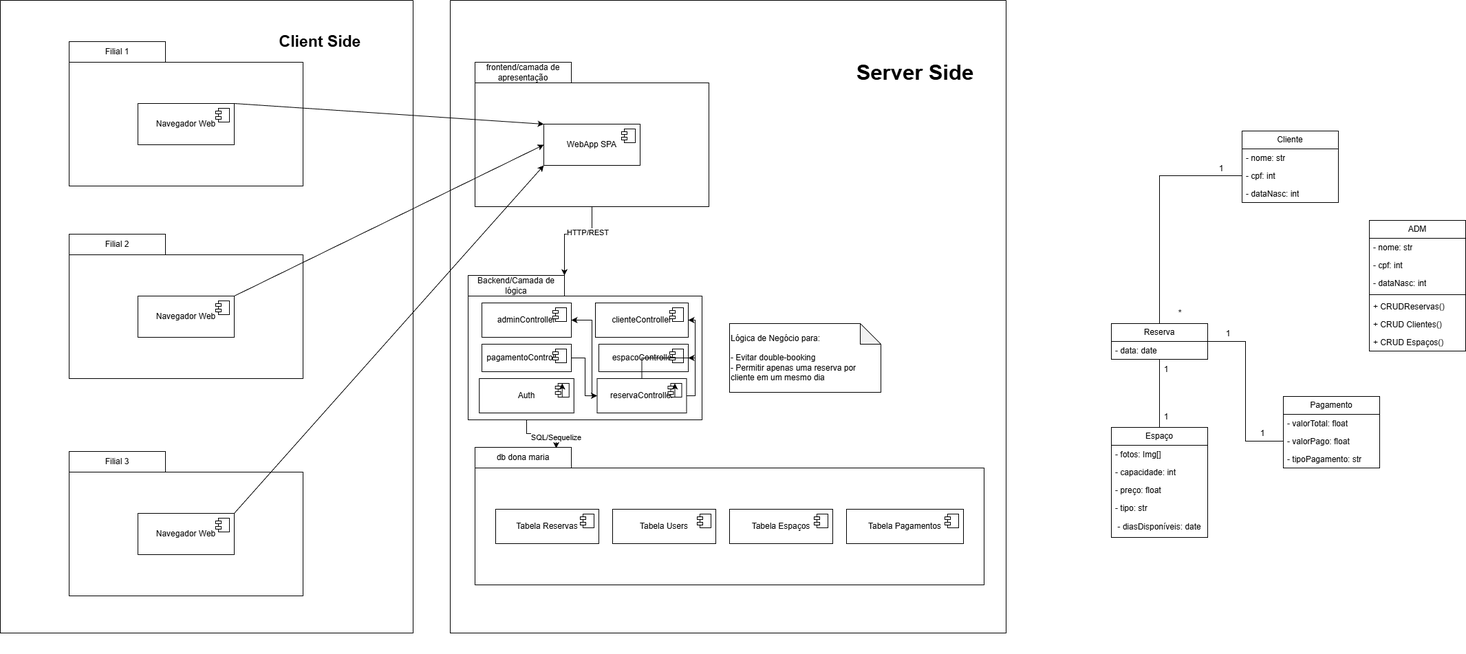
Earlier version of the draw.io export uml/diagramas.png (EduardoFariaKruger/trabalho-design-de-software). Source tidied: cells renumbered, new cells last; positions are measured from the earlier drawing's top-left corner, leaving out a move shared by most shapes.
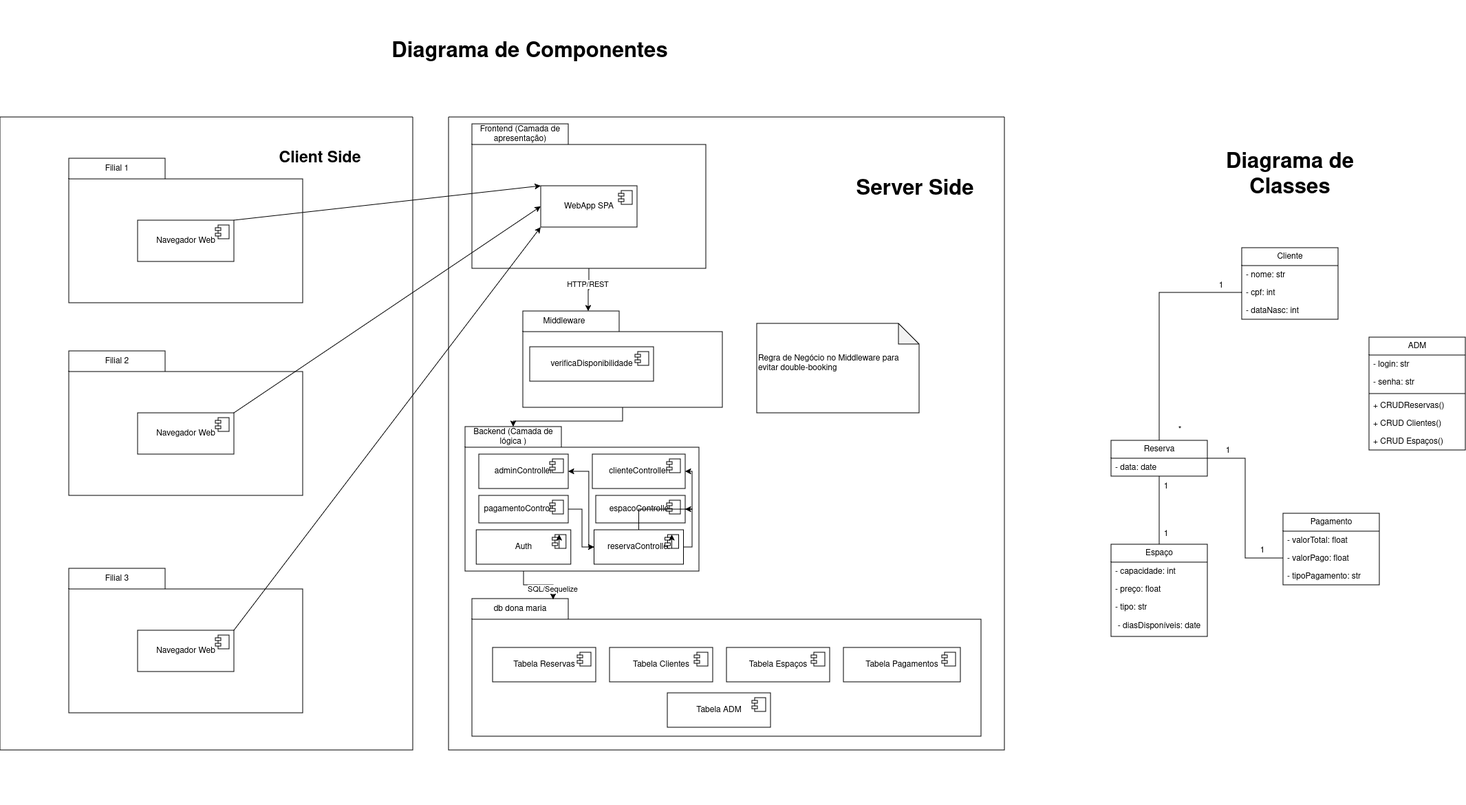
The same file after the commit.

Change to the diagram source:
```diff
@@ -3,7 +3,7 @@
     <mxCell id="0" />
     <mxCell id="1" parent="0" />
     <mxCell id="2" style="group;" parent="1" vertex="1">
-      <mxGeometry x="690" y="650" width="740" height="300" as="geometry" />
+      <mxGeometry x="686" y="700" width="774" height="300" as="geometry" />
     </mxCell>
     <mxCell id="3" style="shape=folder;fontStyle=1;spacingTop=10;tabWidth=140;tabHeight=30;tabPosition=left;html=1;whiteSpace=wrap;" parent="2" vertex="1">
       <mxGeometry width="740" height="200" as="geometry" />
@@ -11,8 +11,8 @@
     <mxCell id="4" value="db dona maria" style="text;html=1;whiteSpace=wrap;strokeColor=none;fillColor=none;align=center;verticalAlign=middle;rounded=0;" parent="2" vertex="1">
       <mxGeometry width="140" height="30" as="geometry" />
     </mxCell>
-    <mxCell id="5" value="Tabela Users" style="html=1;whiteSpace=wrap;" parent="2" vertex="1">
-      <mxGeometry x="200" y="90" width="150" height="50" as="geometry" />
+    <mxCell id="5" value="Tabela Clientes" style="html=1;whiteSpace=wrap;" parent="2" vertex="1">
+      <mxGeometry x="200" y="71" width="150" height="50" as="geometry" />
     </mxCell>
     <mxCell id="6" style="shape=module;jettyWidth=8;jettyHeight=4;" parent="5" vertex="1">
       <mxGeometry x="1" width="20" height="20" relative="1" as="geometry">
@@ -20,7 +20,7 @@
       </mxGeometry>
     </mxCell>
     <mxCell id="7" value="Tabela Reservas" style="html=1;whiteSpace=wrap;" parent="2" vertex="1">
-      <mxGeometry x="30" y="90" width="150" height="50" as="geometry" />
+      <mxGeometry x="30" y="71" width="150" height="50" as="geometry" />
     </mxCell>
     <mxCell id="8" style="shape=module;jettyWidth=8;jettyHeight=4;" parent="7" vertex="1">
       <mxGeometry x="1" width="20" height="20" relative="1" as="geometry">
@@ -28,7 +28,7 @@
       </mxGeometry>
     </mxCell>
     <mxCell id="9" value="Tabela Espaços" style="html=1;whiteSpace=wrap;" parent="2" vertex="1">
-      <mxGeometry x="370" y="90" width="150" height="50" as="geometry" />
+      <mxGeometry x="370" y="71" width="150" height="50" as="geometry" />
     </mxCell>
     <mxCell id="10" style="shape=module;jettyWidth=8;jettyHeight=4;" parent="9" vertex="1">
       <mxGeometry x="1" width="20" height="20" relative="1" as="geometry">
@@ -36,20 +36,48 @@
       </mxGeometry>
     </mxCell>
     <mxCell id="11" value="Tabela Pagamentos" style="html=1;whiteSpace=wrap;" parent="2" vertex="1">
-      <mxGeometry x="540" y="90" width="170" height="50" as="geometry" />
+      <mxGeometry x="540" y="71" width="170" height="50" as="geometry" />
     </mxCell>
     <mxCell id="12" style="shape=module;jettyWidth=8;jettyHeight=4;" parent="11" vertex="1">
       <mxGeometry x="1" width="20" height="20" relative="1" as="geometry">
         <mxPoint x="-27" y="7" as="offset" />
       </mxGeometry>
     </mxCell>
+    <mxCell id="96" style="swimlane;startSize=0;fontSize=12;" parent="2" vertex="1">
+      <mxGeometry x="-34" y="-700" width="808" height="920" as="geometry" />
+    </mxCell>
+    <mxCell id="34" value="Regra de Negócio no Middleware para evitar double-booking&lt;div&gt;&lt;br&gt;&lt;/div&gt;" style="shape=note;whiteSpace=wrap;html=1;backgroundOutline=1;darkOpacity=0.05;align=left;" parent="96" vertex="1">
+      <mxGeometry x="448" y="300" width="236" height="130" as="geometry" />
+    </mxCell>
+    <mxCell id="99" style="shape=folder;fontStyle=1;spacingTop=10;tabWidth=140;tabHeight=30;tabPosition=left;html=1;whiteSpace=wrap;" parent="96" vertex="1">
+      <mxGeometry x="108" y="282" width="290" height="140" as="geometry" />
+    </mxCell>
+    <mxCell id="100" value="verificaDisponibilidade" style="html=1;whiteSpace=wrap;" parent="96" vertex="1">
+      <mxGeometry x="118" y="334" width="180" height="50" as="geometry" />
+    </mxCell>
+    <mxCell id="101" style="shape=module;jettyWidth=8;jettyHeight=4;" parent="100" vertex="1">
+      <mxGeometry x="1" width="20" height="20" relative="1" as="geometry">
+        <mxPoint x="-27" y="7" as="offset" />
+      </mxGeometry>
+    </mxCell>
+    <mxCell id="102" value="Middleware" style="text;html=1;whiteSpace=wrap;strokeColor=none;fillColor=none;align=center;verticalAlign=middle;rounded=0;" parent="96" vertex="1">
+      <mxGeometry x="98" y="282" width="140" height="30" as="geometry" />
+    </mxCell>
+    <mxCell id="103" value="Tabela ADM" style="html=1;whiteSpace=wrap;" parent="2" vertex="1">
+      <mxGeometry x="284" y="137" width="150" height="50" as="geometry" />
+    </mxCell>
+    <mxCell id="104" style="shape=module;jettyWidth=8;jettyHeight=4;" parent="103" vertex="1">
+      <mxGeometry x="1" width="20" height="20" relative="1" as="geometry">
+        <mxPoint x="-27" y="7" as="offset" />
+      </mxGeometry>
+    </mxCell>
     <mxCell id="13" style="group;" parent="1" vertex="1">
-      <mxGeometry x="680" y="400" width="340" height="210" as="geometry" />
+      <mxGeometry x="676" y="450" width="340" height="210" as="geometry" />
     </mxCell>
     <mxCell id="14" style="shape=folder;fontStyle=1;spacingTop=10;tabWidth=140;tabHeight=30;tabPosition=left;html=1;whiteSpace=wrap;" parent="13" vertex="1">
       <mxGeometry width="340" height="210" as="geometry" />
     </mxCell>
-    <mxCell id="15" value="Backend/Camada de lógica" style="text;html=1;whiteSpace=wrap;strokeColor=none;fillColor=none;align=center;verticalAlign=middle;rounded=0;" parent="13" vertex="1">
+    <mxCell id="15" value="Backend (Camada de lógica )" style="text;html=1;whiteSpace=wrap;strokeColor=none;fillColor=none;align=center;verticalAlign=middle;rounded=0;" parent="13" vertex="1">
       <mxGeometry width="140" height="30" as="geometry" />
     </mxCell>
     <mxCell id="16" value="adminController" style="html=1;whiteSpace=wrap;" parent="13" vertex="1">
@@ -139,20 +167,6 @@
     <mxCell id="33" style="edgeStyle=orthogonalEdgeStyle;rounded=0;orthogonalLoop=1;jettySize=auto;html=1;exitX=0.5;exitY=1;exitDx=0;exitDy=0;entryX=0.5;entryY=0;entryDx=0;entryDy=0;" parent="31" edge="1" source="32" target="32">
       <mxGeometry relative="1" as="geometry" />
     </mxCell>
-    <mxCell id="34" value="Lógica de Negócio para:&lt;div&gt;&lt;br&gt;&lt;div&gt;- Evitar double-booking&lt;/div&gt;&lt;div&gt;- Permitir apenas uma reserva por cliente em um mesmo dia&lt;/div&gt;&lt;/div&gt;" style="shape=note;whiteSpace=wrap;html=1;backgroundOutline=1;darkOpacity=0.05;align=left;" parent="1" vertex="1">
-      <mxGeometry x="1060" y="470" width="220" height="100" as="geometry" />
-    </mxCell>
-    <mxCell id="35" style="edgeStyle=orthogonalEdgeStyle;rounded=0;jettySize=auto;html=1;exitX=0.5;exitY=1;exitDx=0;exitDy=0;exitPerimeter=0;entryX=1;entryY=0;entryDx=0;entryDy=0;" parent="1" edge="1" source="65" target="15">
-      <mxGeometry relative="1" as="geometry">
-        <Array as="points">
-          <mxPoint x="860" y="340" />
-          <mxPoint x="820" y="340" />
-        </Array>
-      </mxGeometry>
-    </mxCell>
-    <mxCell id="36" value="HTTP/REST" style="edgeLabel;html=1;align=center;verticalAlign=middle;" parent="35" vertex="1">
-      <mxGeometry x="-0.31" y="-3" relative="1" as="geometry" />
-    </mxCell>
     <mxCell id="37" value="Cliente" style="swimlane;fontStyle=0;horizontal=1;startSize=26;whiteSpace=wrap;html=1;" parent="1" vertex="1">
       <mxGeometry x="1805" y="190" width="140" height="104" as="geometry" />
     </mxCell>
@@ -178,22 +192,19 @@
       <mxGeometry y="26" width="140" height="26" as="geometry" />
     </mxCell>
     <mxCell id="45" value="Espaço" style="swimlane;fontStyle=0;horizontal=1;startSize=26;whiteSpace=wrap;html=1;" parent="1" vertex="1">
-      <mxGeometry x="1615" y="621" width="140" height="160" as="geometry" />
+      <mxGeometry x="1615" y="621" width="140" height="134" as="geometry" />
     </mxCell>
-    <mxCell id="46" value="- fotos: Img[]" style="text;align=left;verticalAlign=top;spacingLeft=4;spacingRight=4;overflow=hidden;whiteSpace=wrap;html=1;" parent="45" vertex="1">
-      <mxGeometry y="26" width="140" height="26" as="geometry" />
-    </mxCell>
     <mxCell id="47" value="- capacidade: int" style="text;align=left;verticalAlign=top;spacingLeft=4;spacingRight=4;overflow=hidden;whiteSpace=wrap;html=1;" parent="45" vertex="1">
-      <mxGeometry y="52" width="140" height="26" as="geometry" />
+      <mxGeometry y="26" width="140" height="26" as="geometry" />
     </mxCell>
     <mxCell id="48" value="- preço: float" style="text;align=left;verticalAlign=top;spacingLeft=4;spacingRight=4;overflow=hidden;whiteSpace=wrap;html=1;" parent="45" vertex="1">
-      <mxGeometry y="78" width="140" height="26" as="geometry" />
+      <mxGeometry y="52" width="140" height="26" as="geometry" />
     </mxCell>
     <mxCell id="49" value="- tipo: str" style="text;align=left;verticalAlign=top;spacingLeft=4;spacingRight=4;overflow=hidden;whiteSpace=wrap;html=1;" parent="45" vertex="1">
-      <mxGeometry y="104" width="140" height="26" as="geometry" />
+      <mxGeometry y="78" width="140" height="26" as="geometry" />
     </mxCell>
     <mxCell id="50" value="- diasDisponíveis: date" style="text;html=1;whiteSpace=wrap;align=center;verticalAlign=middle;rounded=0;" parent="45" vertex="1">
-      <mxGeometry y="130" width="140" height="30" as="geometry" />
+      <mxGeometry y="104" width="140" height="30" as="geometry" />
     </mxCell>
     <mxCell id="51" value="1" style="text;html=1;whiteSpace=wrap;align=center;verticalAlign=middle;rounded=0;" parent="1" vertex="1">
       <mxGeometry x="1665" y="522" width="60" height="30" as="geometry" />
@@ -235,12 +246,12 @@
       <mxGeometry x="0.63" y="-1" relative="1" as="geometry" />
     </mxCell>
     <mxCell id="64" style="group;" parent="1" vertex="1">
-      <mxGeometry x="690" y="90" width="340" height="210" as="geometry" />
+      <mxGeometry x="686" y="10" width="340" height="210" as="geometry" />
     </mxCell>
     <mxCell id="65" style="shape=folder;fontStyle=1;spacingTop=10;tabWidth=140;tabHeight=30;tabPosition=left;html=1;whiteSpace=wrap;" parent="64" vertex="1">
       <mxGeometry width="340" height="210" as="geometry" />
     </mxCell>
-    <mxCell id="66" value="frontend/camada de apresentação" style="text;html=1;whiteSpace=wrap;strokeColor=none;fillColor=none;align=center;verticalAlign=middle;rounded=0;" parent="64" vertex="1">
+    <mxCell id="66" value="Frontend (Camada de apresentação)" style="text;html=1;whiteSpace=wrap;strokeColor=none;fillColor=none;align=center;verticalAlign=middle;rounded=0;" parent="64" vertex="1">
       <mxGeometry width="140" height="30" as="geometry" />
     </mxCell>
     <mxCell id="67" value="WebApp SPA" style="html=1;whiteSpace=wrap;" parent="64" vertex="1">
@@ -315,37 +326,46 @@
       <mxGeometry relative="1" as="geometry" />
     </mxCell>
     <mxCell id="88" value="ADM" style="swimlane;fontStyle=0;horizontal=1;startSize=26;whiteSpace=wrap;html=1;" parent="1" vertex="1">
-      <mxGeometry x="1990" y="320" width="140" height="190" as="geometry" />
+      <mxGeometry x="1990" y="320" width="140" height="164" as="geometry" />
     </mxCell>
-    <mxCell id="89" value="- nome: str" style="text;align=left;verticalAlign=top;spacingLeft=4;spacingRight=4;overflow=hidden;whiteSpace=wrap;html=1;" parent="88" vertex="1">
-      <mxGeometry y="26" width="140" height="26" as="geometry" />
-    </mxCell>
-    <mxCell id="90" value="- cpf: int" style="text;align=left;verticalAlign=top;spacingLeft=4;spacingRight=4;overflow=hidden;whiteSpace=wrap;html=1;" parent="88" vertex="1">
-      <mxGeometry y="52" width="140" height="26" as="geometry" />
+    <mxCell id="90" value="- login: str" style="text;align=left;verticalAlign=top;spacingLeft=4;spacingRight=4;overflow=hidden;whiteSpace=wrap;html=1;" parent="88" vertex="1">
+      <mxGeometry y="26" width="140" height="26" as="geometry" />
     </mxCell>
-    <mxCell id="91" value="- dataNasc: int" style="text;align=left;verticalAlign=top;spacingLeft=4;spacingRight=4;overflow=hidden;whiteSpace=wrap;html=1;" parent="88" vertex="1">
-      <mxGeometry y="78" width="140" height="26" as="geometry" />
+    <mxCell id="91" value="- senha: str" style="text;align=left;verticalAlign=top;spacingLeft=4;spacingRight=4;overflow=hidden;whiteSpace=wrap;html=1;" parent="88" vertex="1">
+      <mxGeometry y="52" width="140" height="26" as="geometry" />
     </mxCell>
     <mxCell id="92" style="line;strokeWidth=1;align=left;verticalAlign=middle;spacingTop=-1;spacingLeft=3;spacingRight=3;labelPosition=right;" parent="88" vertex="1">
-      <mxGeometry y="104" width="140" height="8" as="geometry" />
+      <mxGeometry y="78" width="140" height="8" as="geometry" />
     </mxCell>
     <mxCell id="93" value="&lt;div&gt;+ CRUDReservas()&lt;/div&gt;" style="text;align=left;verticalAlign=top;spacingLeft=4;spacingRight=4;overflow=hidden;whiteSpace=wrap;html=1;" parent="88" vertex="1">
-      <mxGeometry y="112" width="140" height="26" as="geometry" />
+      <mxGeometry y="86" width="140" height="26" as="geometry" />
     </mxCell>
     <mxCell id="94" value="+ CRUD Clientes()" style="text;align=left;verticalAlign=top;spacingLeft=4;spacingRight=4;overflow=hidden;whiteSpace=wrap;html=1;" parent="88" vertex="1">
-      <mxGeometry y="138" width="140" height="26" as="geometry" />
+      <mxGeometry y="112" width="140" height="26" as="geometry" />
     </mxCell>
     <mxCell id="95" value="+ CRUD Espaços()" style="text;align=left;verticalAlign=top;spacingLeft=4;spacingRight=4;overflow=hidden;whiteSpace=wrap;html=1;" parent="88" vertex="1">
-      <mxGeometry y="164" width="140" height="26" as="geometry" />
+      <mxGeometry y="138" width="140" height="26" as="geometry" />
     </mxCell>
-    <mxCell id="96" style="swimlane;startSize=0;fontSize=12;" parent="1" vertex="1">
-      <mxGeometry x="654" width="808" height="920" as="geometry" />
-    </mxCell>
     <mxCell id="97" style="swimlane;startSize=0;fontSize=12;" parent="1" vertex="1">
       <mxGeometry width="600" height="920" as="geometry" />
     </mxCell>
     <mxCell id="98" value="Client Side" style="text;html=1;whiteSpace=wrap;strokeColor=none;fillColor=none;align=center;verticalAlign=middle;rounded=0;fontSize=23;fontStyle=1;" parent="97" vertex="1">
       <mxGeometry x="350" y="30" width="230" height="60" as="geometry" />
     </mxCell>
+    <mxCell id="105" style="edgeStyle=orthogonalEdgeStyle;rounded=0;jettySize=auto;html=1;exitX=0.5;exitY=1;exitDx=0;exitDy=0;exitPerimeter=0;entryX=0.75;entryY=0;entryDx=0;entryDy=0;" parent="1" edge="1" source="65" target="102">
+      <mxGeometry relative="1" as="geometry" />
+    </mxCell>
+    <mxCell id="36" value="HTTP/REST" style="edgeLabel;html=1;align=center;verticalAlign=middle;" parent="105" vertex="1">
+      <mxGeometry x="-0.28" y="-2" relative="1" as="geometry" />
+    </mxCell>
+    <mxCell id="106" style="edgeStyle=orthogonalEdgeStyle;rounded=0;jettySize=auto;html=1;exitX=0.5;exitY=1;exitDx=0;exitDy=0;exitPerimeter=0;entryX=0.5;entryY=0;entryDx=0;entryDy=0;" parent="1" edge="1" source="99" target="15">
+      <mxGeometry relative="1" as="geometry" />
+    </mxCell>
+    <mxCell id="107" value="&lt;b&gt;Diagrama de Classes&lt;/b&gt;" style="text;html=1;whiteSpace=wrap;strokeColor=none;fillColor=none;align=center;verticalAlign=middle;rounded=0;fontSize=31;" parent="1" vertex="1">
+      <mxGeometry x="1745" y="10" width="260" height="150" as="geometry" />
+    </mxCell>
+    <mxCell id="108" value="&lt;b&gt;Diagrama de Componentes&lt;/b&gt;" style="text;html=1;whiteSpace=wrap;strokeColor=none;fillColor=none;align=center;verticalAlign=middle;rounded=0;fontSize=31;" parent="1" vertex="1">
+      <mxGeometry x="530" y="-170" width="480" height="150" as="geometry" />
+    </mxCell>
   </root>
 </mxGraphModel>
```
